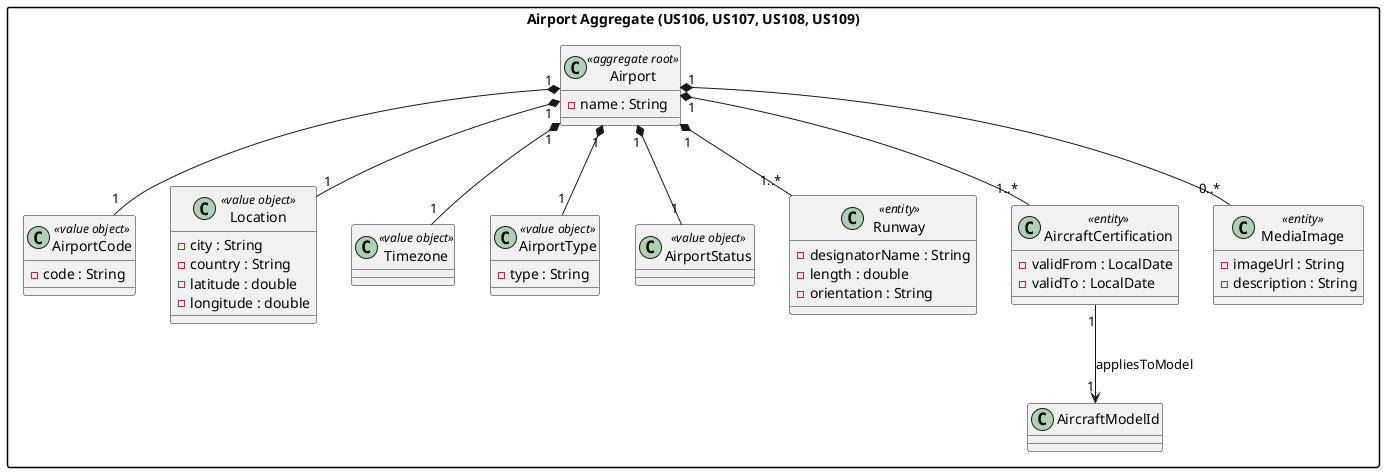
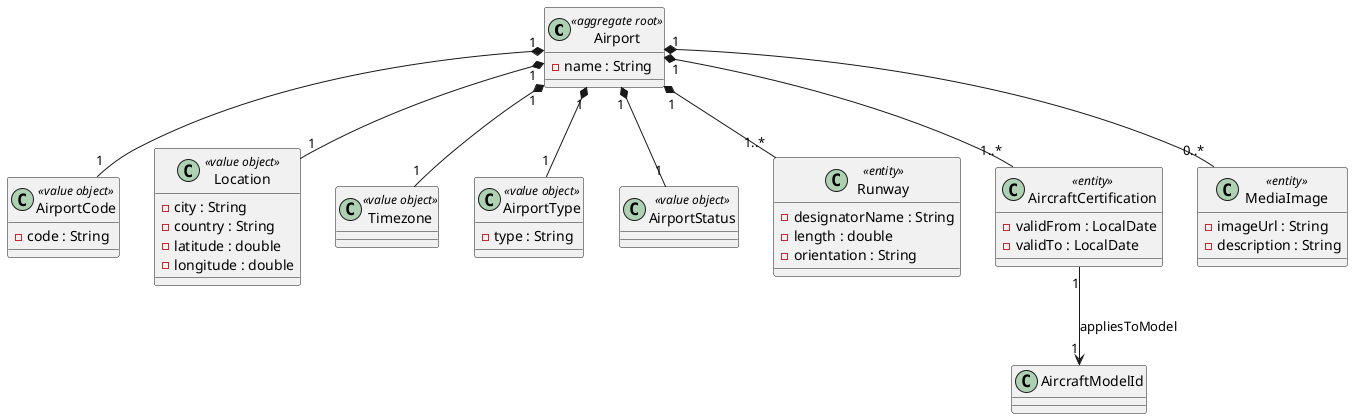
@startuml
skinparam packageStyle rectangle
skinparam hide empty members

- package "Airport Aggregate (US106, US107, US108, US109)" {
+ 

    class Airport <<aggregate root>> {
        - name : String
    }

    class AirportCode <<value object>> {
        - code : String
    }

    class Location <<value object>> {
        - city : String
        - country : String
        - latitude : double
        - longitude : double
    }

    class Timezone <<value object>>

    class AirportType <<value object>> {
        - type : String
    }

    class AirportStatus <<value object>>

    class Runway <<entity>> {
        - designatorName : String
        - length : double
        - orientation : String
    }

    class AircraftCertification <<entity>> {
        - validFrom : LocalDate
        - validTo : LocalDate
    }

    class MediaImage <<entity>> {
        - imageUrl : String
        - description : String
    }

    ' Relações de Composição do Agregado
    Airport "1" *-- "1" AirportCode
    Airport "1" *-- "1" Location
    Airport "1" *-- "1" Timezone
    Airport "1" *-- "1" AirportType
    Airport "1" *-- "1" AirportStatus
    Airport "1" *-- "1..*" Runway
    Airport "1" *-- "1..*" AircraftCertification
    Airport "1" *-- "0..*" MediaImage

    ' Relação externa para outro agregado
    AircraftCertification "1" --> "1" AircraftModelId : appliesToModel
- }
+ 
@enduml